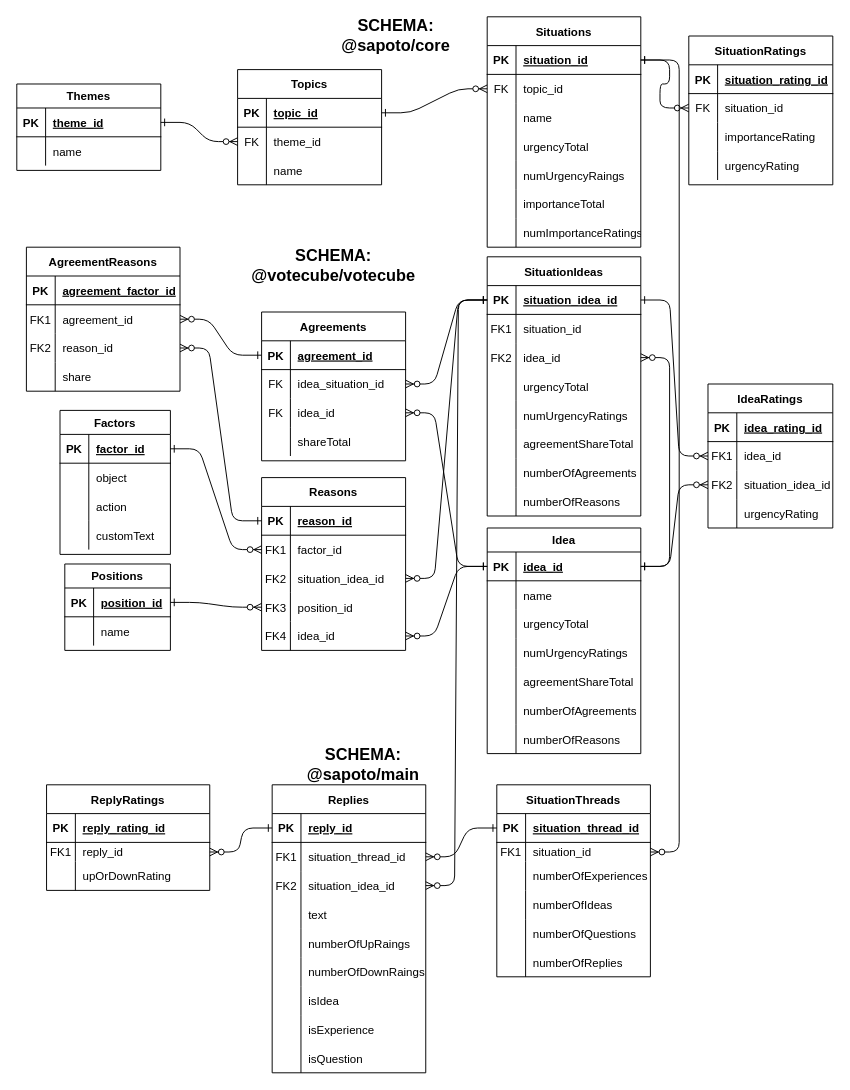
The draw.io diagram apps/entity-relationship-diagram.drawio in Past-The-War-Earth/sapoto.net, before the edit. Source tidied: cells renumbered, new cells numbered last; positions are measured from the earlier drawing's top-left corner, leaving out a move shared by most shapes. Both pictures are drawn from the tidied source at 96%, with x=0, y=0 at pixel (16, 16).
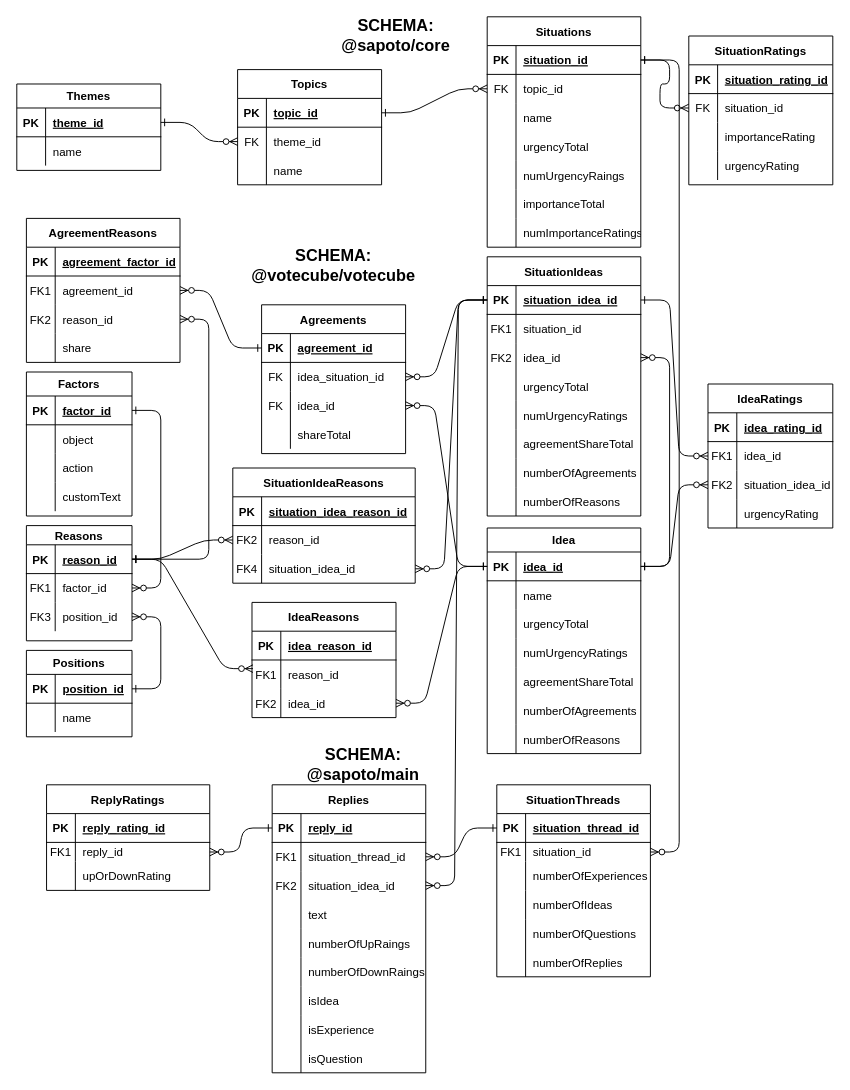
Above is the later version.

The change refers to these unchanged cells:
```xml
<mxCell id="73" style="shape=partialRectangle;fillColor=none;points=[[0,0.5],[1,0.5]];portConstraint=eastwest;top=0;left=0;right=0;bottom=1;" parent="72" vertex="1">
  <mxGeometry y="30" width="160" height="30" as="geometry" />
</mxCell>
<mxCell id="174" style="shape=partialRectangle;fillColor=none;points=[[0,0.5],[1,0.5]];portConstraint=eastwest;top=0;left=0;right=0;bottom=0;" parent="167" vertex="1">
  <mxGeometry y="90" width="160" height="30" as="geometry" />
</mxCell>
<mxCell id="182" style="shape=partialRectangle;fillColor=none;points=[[0,0.5],[1,0.5]];portConstraint=eastwest;top=0;left=0;right=0;bottom=1;" parent="181" vertex="1">
  <mxGeometry y="30" width="150" height="30" as="geometry" />
</mxCell>
<mxCell id="213" style="shape=partialRectangle;fillColor=none;points=[[0,0.5],[1,0.5]];portConstraint=eastwest;top=0;left=0;right=0;bottom=1;" parent="212" vertex="1">
  <mxGeometry y="25" width="110" height="30" as="geometry" />
</mxCell>
```

Change to the diagram source:
```diff
@@
     <mxCell id="153" value="Agreements" style="shape=table;startSize=30;childLayout=tableLayout;rowLines=0;fontStyle=1;align=center;" parent="1" vertex="1">
-      <mxGeometry x="255" y="307.5" width="150" height="155" as="geometry" />
+      <mxGeometry x="255" y="300" width="150" height="155" as="geometry" />
     </mxCell>
@@
     <mxCell id="167" value="AgreementReasons" style="shape=table;startSize=30;childLayout=tableLayout;rowLines=0;fontStyle=1;align=center;" parent="1" vertex="1">
-      <mxGeometry x="10" y="240" width="160" height="150" as="geometry" />
+      <mxGeometry x="10" y="210" width="160" height="150" as="geometry" />
     </mxCell>
@@
-    <mxCell id="181" value="Reasons" style="shape=table;startSize=30;childLayout=tableLayout;rowLines=0;fontStyle=1;align=center;" parent="1" vertex="1">
-      <mxGeometry x="255" y="480" width="150" height="180" as="geometry" />
+    <mxCell id="181" value="IdeaReasons" style="shape=table;startSize=30;childLayout=tableLayout;rowLines=0;fontStyle=1;align=center;" parent="1" vertex="1">
+      <mxGeometry x="245" y="610" width="150" height="120" as="geometry" />
     </mxCell>
@@
-    <mxCell id="184" value="reason_id" style="shape=partialRectangle;overflow=hidden;fillColor=none;top=0;left=0;bottom=0;right=0;align=left;spacingLeft=6;fontStyle=5;" parent="182" vertex="1">
+    <mxCell id="184" value="idea_reason_id" style="shape=partialRectangle;overflow=hidden;fillColor=none;top=0;left=0;bottom=0;right=0;align=left;spacingLeft=6;fontStyle=5;" parent="182" vertex="1">
       <mxGeometry x="30" width="120" height="30" as="geometry" />
     </mxCell>
-    <mxCell id="185" style="shape=partialRectangle;fillColor=none;points=[[0,0.5],[1,0.5]];portConstraint=eastwest;top=0;left=0;right=0;bottom=0;" parent="181" vertex="1">
-      <mxGeometry y="60" width="150" height="30" as="geometry" />
-    </mxCell>
-    <mxCell id="186" value="FK1" style="shape=partialRectangle;overflow=hidden;fillColor=none;top=0;left=0;bottom=0;right=0;" parent="185" vertex="1">
-      <mxGeometry width="30" height="30" as="geometry" />
-    </mxCell>
-    <mxCell id="187" value="factor_id" style="shape=partialRectangle;overflow=hidden;fillColor=none;top=0;left=0;bottom=0;right=0;align=left;spacingLeft=6;" parent="185" vertex="1">
-      <mxGeometry x="30" width="120" height="30" as="geometry" />
-    </mxCell>
     <mxCell id="188" style="shape=partialRectangle;fillColor=none;points=[[0,0.5],[1,0.5]];portConstraint=eastwest;top=0;left=0;right=0;bottom=0;" parent="181" vertex="1">
-      <mxGeometry y="90" width="150" height="30" as="geometry" />
+      <mxGeometry y="60" width="150" height="30" as="geometry" />
     </mxCell>
-    <mxCell id="189" value="FK2" style="shape=partialRectangle;overflow=hidden;fillColor=none;top=0;left=0;bottom=0;right=0;" parent="188" vertex="1">
+    <mxCell id="189" value="FK1" style="shape=partialRectangle;overflow=hidden;fillColor=none;top=0;left=0;bottom=0;right=0;" parent="188" vertex="1">
       <mxGeometry width="30" height="30" as="geometry" />
     </mxCell>
-    <mxCell id="190" value="situation_idea_id" style="shape=partialRectangle;overflow=hidden;fillColor=none;top=0;left=0;bottom=0;right=0;align=left;spacingLeft=6;" parent="188" vertex="1">
+    <mxCell id="190" value="reason_id" style="shape=partialRectangle;overflow=hidden;fillColor=none;top=0;left=0;bottom=0;right=0;align=left;spacingLeft=6;" parent="188" vertex="1">
       <mxGeometry x="30" width="120" height="30" as="geometry" />
     </mxCell>
-    <mxCell id="191" style="shape=partialRectangle;fillColor=none;points=[[0,0.5],[1,0.5]];portConstraint=eastwest;top=0;left=0;right=0;bottom=0;" parent="181" vertex="1">
-      <mxGeometry y="120" width="150" height="30" as="geometry" />
-    </mxCell>
-    <mxCell id="192" value="FK3" style="shape=partialRectangle;overflow=hidden;fillColor=none;top=0;left=0;bottom=0;right=0;" parent="191" vertex="1">
-      <mxGeometry width="30" height="30" as="geometry" />
-    </mxCell>
-    <mxCell id="193" value="position_id" style="shape=partialRectangle;overflow=hidden;fillColor=none;top=0;left=0;bottom=0;right=0;align=left;spacingLeft=6;" parent="191" vertex="1">
-      <mxGeometry x="30" width="120" height="30" as="geometry" />
-    </mxCell>
     <mxCell id="194" style="shape=partialRectangle;fillColor=none;points=[[0,0.5],[1,0.5]];portConstraint=eastwest;top=0;left=0;right=0;bottom=0;" parent="181" vertex="1">
-      <mxGeometry y="150" width="150" height="30" as="geometry" />
+      <mxGeometry y="90" width="150" height="30" as="geometry" />
     </mxCell>
-    <mxCell id="195" value="FK4" style="shape=partialRectangle;overflow=hidden;fillColor=none;top=0;left=0;bottom=0;right=0;" parent="194" vertex="1">
+    <mxCell id="195" value="FK2" style="shape=partialRectangle;overflow=hidden;fillColor=none;top=0;left=0;bottom=0;right=0;" parent="194" vertex="1">
       <mxGeometry width="30" height="30" as="geometry" />
     </mxCell>
@@
-    <mxCell id="197" style="edgeStyle=entityRelationEdgeStyle;endArrow=ERzeroToMany;startArrow=ERone;endFill=1;startFill=0;" parent="1" edge="1" source="182" target="174">
+    <mxCell id="197" style="edgeStyle=entityRelationEdgeStyle;endArrow=ERzeroToMany;startArrow=ERone;endFill=1;startFill=0;exitX=1;exitY=0.5;exitDx=0;exitDy=0;" parent="1" edge="1" source="255" target="174">
       <mxGeometry relative="1" as="geometry" />
     </mxCell>
     <mxCell id="198" value="Factors" style="shape=table;startSize=25;childLayout=tableLayout;rowLines=0;fontStyle=1;align=center;" parent="1" vertex="1">
-      <mxGeometry x="45" y="410" width="115" height="150" as="geometry" />
+      <mxGeometry x="10" y="370" width="110" height="150" as="geometry" />
     </mxCell>
     <mxCell id="199" style="shape=partialRectangle;fillColor=none;points=[[0,0.5],[1,0.5]];portConstraint=eastwest;top=0;left=0;right=0;bottom=1;" parent="198" vertex="1">
-      <mxGeometry y="25" width="115" height="30" as="geometry" />
+      <mxGeometry y="25" width="110" height="30" as="geometry" />
     </mxCell>
@@
     <mxCell id="201" value="factor_id" style="shape=partialRectangle;overflow=hidden;fillColor=none;top=0;left=0;bottom=0;right=0;align=left;spacingLeft=6;fontStyle=5;" parent="199" vertex="1">
-      <mxGeometry x="30" width="85" height="30" as="geometry" />
+      <mxGeometry x="30" width="80" height="30" as="geometry" />
     </mxCell>
     <mxCell id="202" style="shape=partialRectangle;fillColor=none;top=0;left=0;right=0;bottom=0;" parent="198" vertex="1">
-      <mxGeometry y="55" width="115" height="30" as="geometry" />
+      <mxGeometry y="55" width="110" height="30" as="geometry" />
     </mxCell>
@@
     <mxCell id="204" value="object" style="shape=partialRectangle;overflow=hidden;fillColor=none;top=0;left=0;bottom=0;right=0;align=left;spacingLeft=6;" parent="202" vertex="1">
-      <mxGeometry x="30" width="85" height="30" as="geometry" />
+      <mxGeometry x="30" width="80" height="30" as="geometry" />
     </mxCell>
     <mxCell id="205" style="shape=partialRectangle;fillColor=none;top=0;left=0;right=0;bottom=0;" parent="198" vertex="1">
-      <mxGeometry y="85" width="115" height="30" as="geometry" />
+      <mxGeometry y="85" width="110" height="30" as="geometry" />
     </mxCell>
@@
     <mxCell id="207" value="action" style="shape=partialRectangle;overflow=hidden;fillColor=none;top=0;left=0;bottom=0;right=0;align=left;spacingLeft=6;" parent="205" vertex="1">
-      <mxGeometry x="30" width="85" height="30" as="geometry" />
+      <mxGeometry x="30" width="80" height="30" as="geometry" />
     </mxCell>
     <mxCell id="208" style="shape=partialRectangle;fillColor=none;top=0;left=0;right=0;bottom=0;" parent="198" vertex="1">
-      <mxGeometry y="115" width="115" height="30" as="geometry" />
+      <mxGeometry y="115" width="110" height="30" as="geometry" />
     </mxCell>
@@
     <mxCell id="210" value="customText" style="shape=partialRectangle;overflow=hidden;fillColor=none;top=0;left=0;bottom=0;right=0;align=left;spacingLeft=6;" parent="208" vertex="1">
-      <mxGeometry x="30" width="85" height="30" as="geometry" />
+      <mxGeometry x="30" width="80" height="30" as="geometry" />
     </mxCell>
-    <mxCell id="211" style="edgeStyle=entityRelationEdgeStyle;endArrow=ERzeroToMany;startArrow=ERone;endFill=1;startFill=0;" parent="1" edge="1" source="199" target="185">
+    <mxCell id="211" style="edgeStyle=entityRelationEdgeStyle;endArrow=ERzeroToMany;startArrow=ERone;endFill=1;startFill=0;" parent="1" edge="1" source="199" target="258">
       <mxGeometry relative="1" as="geometry" />
     </mxCell>
     <mxCell id="212" value="Positions" style="shape=table;startSize=25;childLayout=tableLayout;rowLines=0;fontStyle=1;align=center;" parent="1" vertex="1">
-      <mxGeometry x="50" y="570" width="110" height="90" as="geometry" />
+      <mxGeometry x="10" y="660" width="110" height="90" as="geometry" />
     </mxCell>
@@
-    <mxCell id="219" style="edgeStyle=entityRelationEdgeStyle;endArrow=ERzeroToMany;startArrow=ERone;endFill=1;startFill=0;" parent="1" edge="1" source="213" target="191">
+    <mxCell id="219" style="edgeStyle=entityRelationEdgeStyle;endArrow=ERzeroToMany;startArrow=ERone;endFill=1;startFill=0;" parent="1" edge="1" source="213" target="259">
       <mxGeometry relative="1" as="geometry" />
     </mxCell>
-    <mxCell id="220" style="edgeStyle=entityRelationEdgeStyle;endArrow=ERzeroToMany;startArrow=ERone;endFill=1;startFill=0;" parent="1" edge="1" source="73" target="188">
+    <mxCell id="220" style="edgeStyle=entityRelationEdgeStyle;endArrow=ERzeroToMany;startArrow=ERone;endFill=1;startFill=0;entryX=1;entryY=0.5;entryDx=0;entryDy=0;" parent="1" edge="1" source="73" target="268">
       <mxGeometry relative="1" as="geometry" />
     </mxCell>
@@
+    <mxCell id="254" value="Reasons" style="shape=table;startSize=20;childLayout=tableLayout;rowLines=0;fontStyle=1;align=center;" parent="1" vertex="1">
+      <mxGeometry x="10" y="530" width="110" height="120" as="geometry" />
+    </mxCell>
+    <mxCell id="255" style="shape=partialRectangle;fillColor=none;points=[[0,0.5],[1,0.5]];portConstraint=eastwest;top=0;left=0;right=0;bottom=1;" parent="254" vertex="1">
+      <mxGeometry y="20" width="110" height="30" as="geometry" />
+    </mxCell>
+    <mxCell id="256" value="PK" style="shape=partialRectangle;overflow=hidden;fillColor=none;top=0;left=0;bottom=0;right=0;fontStyle=1;" parent="255" vertex="1">
+      <mxGeometry width="30" height="30" as="geometry" />
+    </mxCell>
+    <mxCell id="257" value="reason_id" style="shape=partialRectangle;overflow=hidden;fillColor=none;top=0;left=0;bottom=0;right=0;align=left;spacingLeft=6;fontStyle=5;" parent="255" vertex="1">
+      <mxGeometry x="30" width="80" height="30" as="geometry" />
+    </mxCell>
+    <mxCell id="258" style="shape=partialRectangle;fillColor=none;points=[[0,0.5],[1,0.5]];portConstraint=eastwest;top=0;left=0;right=0;bottom=0;" parent="254" vertex="1">
+      <mxGeometry y="50" width="110" height="30" as="geometry" />
+    </mxCell>
+    <mxCell id="186" value="FK1" style="shape=partialRectangle;overflow=hidden;fillColor=none;top=0;left=0;bottom=0;right=0;" parent="258" vertex="1">
+      <mxGeometry width="30" height="30" as="geometry" />
+    </mxCell>
+    <mxCell id="187" value="factor_id" style="shape=partialRectangle;overflow=hidden;fillColor=none;top=0;left=0;bottom=0;right=0;align=left;spacingLeft=6;" parent="258" vertex="1">
+      <mxGeometry x="30" width="80" height="30" as="geometry" />
+    </mxCell>
+    <mxCell id="259" style="shape=partialRectangle;fillColor=none;points=[[0,0.5],[1,0.5]];portConstraint=eastwest;top=0;left=0;right=0;bottom=0;" parent="254" vertex="1">
+      <mxGeometry y="80" width="110" height="30" as="geometry" />
+    </mxCell>
+    <mxCell id="192" value="FK3" style="shape=partialRectangle;overflow=hidden;fillColor=none;top=0;left=0;bottom=0;right=0;" parent="259" vertex="1">
+      <mxGeometry width="30" height="30" as="geometry" />
+    </mxCell>
+    <mxCell id="193" value="position_id" style="shape=partialRectangle;overflow=hidden;fillColor=none;top=0;left=0;bottom=0;right=0;align=left;spacingLeft=6;" parent="259" vertex="1">
+      <mxGeometry x="30" width="80" height="30" as="geometry" />
+    </mxCell>
+    <mxCell id="260" style="edgeStyle=entityRelationEdgeStyle;endArrow=ERzeroToMany;startArrow=ERone;endFill=1;startFill=0;exitX=1;exitY=0.5;exitDx=0;exitDy=0;entryX=0.007;entryY=0.3;entryDx=0;entryDy=0;entryPerimeter=0;" parent="1" edge="1" source="255" target="188">
+      <mxGeometry relative="1" as="geometry" />
+    </mxCell>
+    <mxCell id="261" value="SituationIdeaReasons" style="shape=table;startSize=30;childLayout=tableLayout;rowLines=0;fontStyle=1;align=center;" parent="1" vertex="1">
+      <mxGeometry x="225" y="470" width="190" height="120" as="geometry" />
+    </mxCell>
+    <mxCell id="262" style="shape=partialRectangle;fillColor=none;top=0;left=0;right=0;bottom=1;" parent="261" vertex="1">
+      <mxGeometry y="30" width="190" height="30" as="geometry" />
+    </mxCell>
+    <mxCell id="263" value="PK" style="shape=partialRectangle;overflow=hidden;fillColor=none;top=0;left=0;bottom=0;right=0;fontStyle=1;" parent="262" vertex="1">
+      <mxGeometry width="30" height="30" as="geometry" />
+    </mxCell>
+    <mxCell id="264" value="situation_idea_reason_id" style="shape=partialRectangle;overflow=hidden;fillColor=none;top=0;left=0;bottom=0;right=0;align=left;spacingLeft=6;fontStyle=5;" parent="262" vertex="1">
+      <mxGeometry x="30" width="160" height="30" as="geometry" />
+    </mxCell>
+    <mxCell id="265" style="shape=partialRectangle;fillColor=none;points=[[0,0.5],[1,0.5]];portConstraint=eastwest;top=0;left=0;right=0;bottom=0;" parent="261" vertex="1">
+      <mxGeometry y="60" width="190" height="30" as="geometry" />
+    </mxCell>
+    <mxCell id="266" value="FK2" style="shape=partialRectangle;overflow=hidden;fillColor=none;top=0;left=0;bottom=0;right=0;" parent="265" vertex="1">
+      <mxGeometry width="30" height="30" as="geometry" />
+    </mxCell>
+    <mxCell id="267" value="reason_id" style="shape=partialRectangle;overflow=hidden;fillColor=none;top=0;left=0;bottom=0;right=0;align=left;spacingLeft=6;" parent="265" vertex="1">
+      <mxGeometry x="30" width="160" height="30" as="geometry" />
+    </mxCell>
+    <mxCell id="268" style="shape=partialRectangle;fillColor=none;points=[[0,0.5],[1,0.5]];portConstraint=eastwest;top=0;left=0;right=0;bottom=0;" parent="261" vertex="1">
+      <mxGeometry y="90" width="190" height="30" as="geometry" />
+    </mxCell>
+    <mxCell id="269" value="FK4" style="shape=partialRectangle;overflow=hidden;fillColor=none;top=0;left=0;bottom=0;right=0;" parent="268" vertex="1">
+      <mxGeometry width="30" height="30" as="geometry" />
+    </mxCell>
+    <mxCell id="270" value="situation_idea_id" style="shape=partialRectangle;overflow=hidden;fillColor=none;top=0;left=0;bottom=0;right=0;align=left;spacingLeft=6;" parent="268" vertex="1">
+      <mxGeometry x="30" width="160" height="30" as="geometry" />
+    </mxCell>
+    <mxCell id="271" style="edgeStyle=entityRelationEdgeStyle;endArrow=ERzeroToMany;startArrow=ERone;endFill=1;startFill=0;exitX=1;exitY=0.5;exitDx=0;exitDy=0;entryX=0;entryY=0.5;entryDx=0;entryDy=0;" parent="1" edge="1" source="255" target="265">
+      <mxGeometry relative="1" as="geometry" />
+    </mxCell>
```
